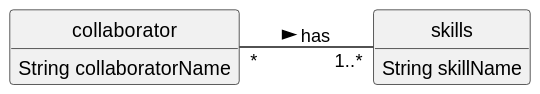
Earlier version of the PlantUML export docs/sprintA/us004/02.analysis/svg/us004-domain-model.svg (ricardomm7/leaflink).
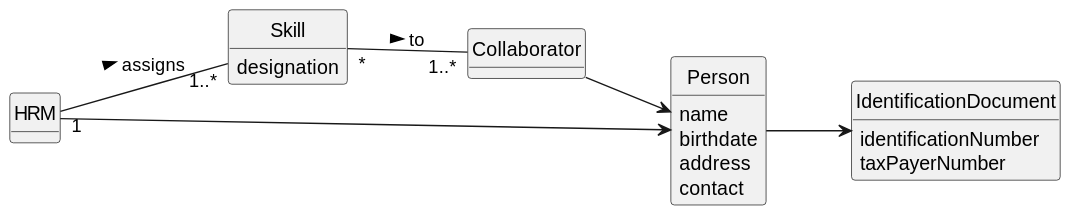
Above is the later version.

Diff of the diagram source:
```diff
@@ -9,13 +9,32 @@
 hide circle
 hide methods
 
-class skills {
-    String skillName
+class HRM {
 }
 
-class collaborator {
-    String collaboratorName
+class Skill {
+    designation
 }
 
-collaborator "*" -- "1..*" skills : has >
+class Collaborator {
+
+}
+class Person {
+    name
+    birthdate
+    address
+    contact
+
+}
+
+class IdentificationDocument{
+  identificationNumber
+  taxPayerNumber
+}
+HRM "1" -- "1..*" Skill : assigns >
+HRM  -->  Person
+Collaborator  -->  Person
+Person  -->  IdentificationDocument
+
+Skill "*" -- "1..*" Collaborator : to >
 @enduml
```
